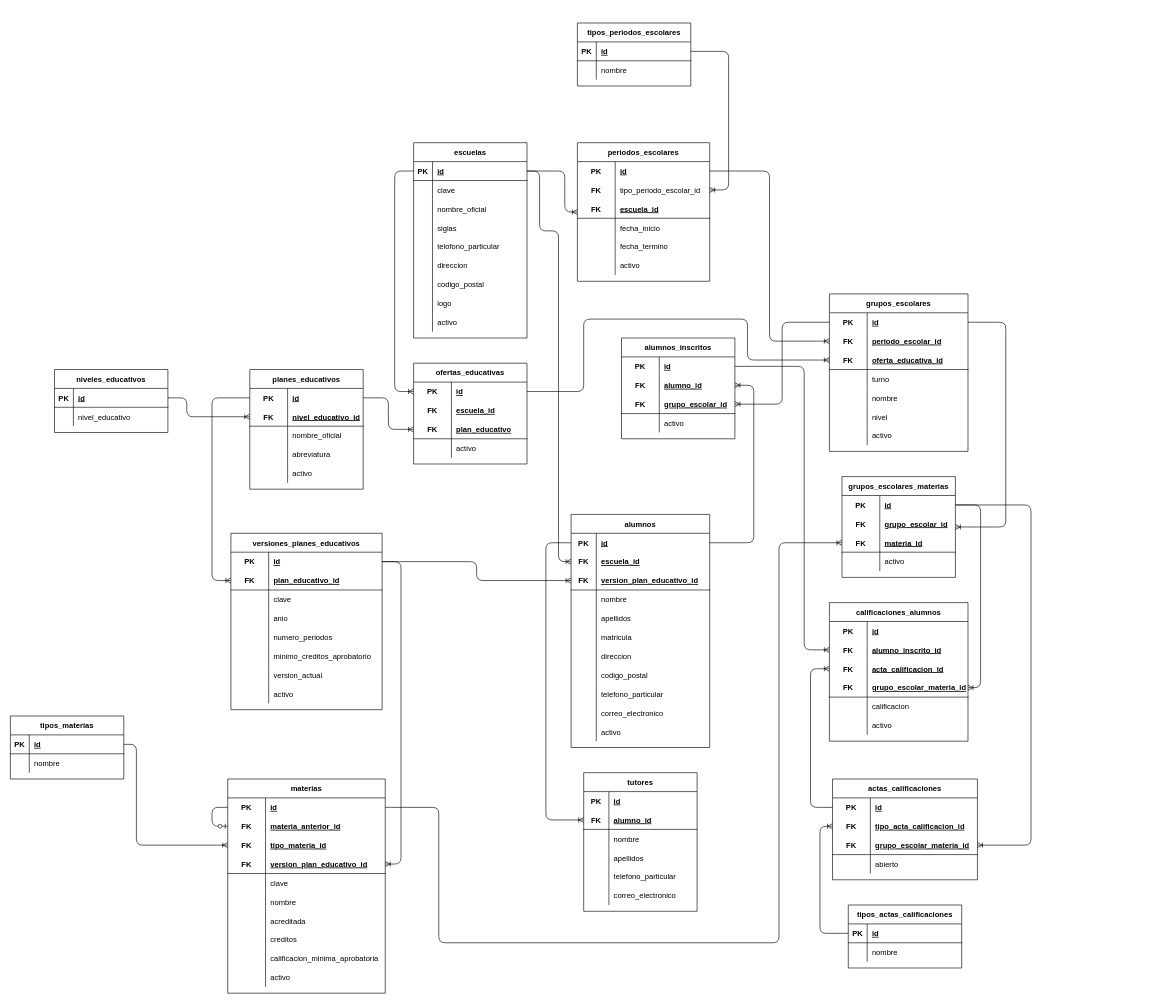
Above: diagrama.drawio in Carlos-Angel/database-escolar (draw.io), before the change. Source tidied: cells renumbered, new cells numbered last; positions are measured from the earlier drawing's top-left corner, leaving out a move shared by most shapes. Both pictures are drawn from the tidied source at 63%, with x=0, y=0 at pixel (10, 23).
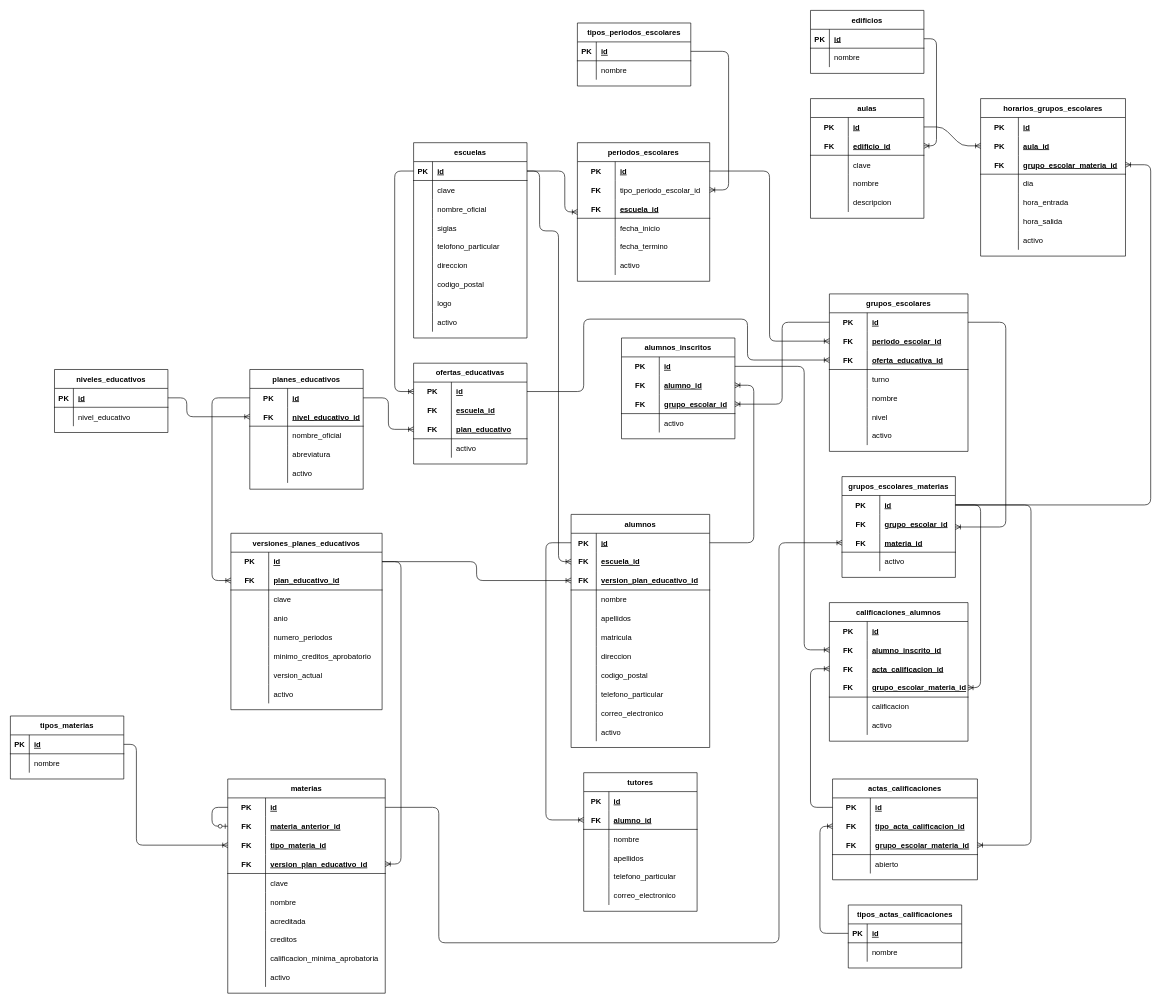
The same page after the edit.

Commit message:
feat: agregando las tablas para el horario de las materias

Unchanged cells that the change refers to:
```xml
<mxCell id="300" style="shape=partialRectangle;fillColor=none;top=0;left=0;bottom=0;right=0;points=[[0,0.5],[1,0.5]];portConstraint=eastwest;" parent="299" vertex="1">
  <mxGeometry y="30" width="180" height="30" as="geometry" />
</mxCell>
```

The edit, as a diff of the source:
```diff
@@
+    <mxCell id="318" value="edificios" style="shape=table;startSize=30;childLayout=tableLayout;rowLines=0;fontStyle=1;align=center;" parent="1" vertex="1">
+      <mxGeometry x="1270" y="-20" width="180" height="100" as="geometry" />
+    </mxCell>
+    <mxCell id="319" style="shape=partialRectangle;fillColor=none;top=0;left=0;bottom=1;right=0;points=[[0,0.5],[1,0.5]];portConstraint=eastwest;" parent="318" vertex="1">
+      <mxGeometry y="30" width="180" height="30" as="geometry" />
+    </mxCell>
+    <mxCell id="320" value="PK" style="shape=partialRectangle;fillColor=none;top=0;left=0;bottom=0;right=0;fontStyle=1;overflow=hidden;" parent="319" vertex="1">
+      <mxGeometry width="30" height="30" as="geometry" />
+    </mxCell>
+    <mxCell id="321" value="id" style="shape=partialRectangle;fillColor=none;top=0;left=0;bottom=0;right=0;align=left;spacingLeft=6;fontStyle=5;overflow=hidden;" parent="319" vertex="1">
+      <mxGeometry x="30" width="150" height="30" as="geometry" />
+    </mxCell>
+    <mxCell id="322" style="shape=partialRectangle;fillColor=none;top=0;left=0;bottom=0;right=0;" parent="318" vertex="1">
+      <mxGeometry y="60" width="180" height="30" as="geometry" />
+    </mxCell>
+    <mxCell id="323" style="shape=partialRectangle;fillColor=none;top=0;left=0;bottom=0;right=0;overflow=hidden;" parent="322" vertex="1">
+      <mxGeometry width="30" height="30" as="geometry" />
+    </mxCell>
+    <mxCell id="324" value="nombre" style="shape=partialRectangle;fillColor=none;top=0;left=0;bottom=0;right=0;align=left;spacingLeft=6;overflow=hidden;" parent="322" vertex="1">
+      <mxGeometry x="30" width="150" height="30" as="geometry" />
+    </mxCell>
+    <mxCell id="325" value="aulas" style="shape=table;startSize=30;childLayout=tableLayout;rowLines=0;fontStyle=1;align=center;" parent="1" vertex="1">
+      <mxGeometry x="1270" y="120" width="180" height="190" as="geometry" />
+    </mxCell>
+    <mxCell id="326" style="shape=partialRectangle;fillColor=none;top=0;left=0;bottom=0;right=0;points=[[0,0.5],[1,0.5]];portConstraint=eastwest;" parent="325" vertex="1">
+      <mxGeometry y="30" width="180" height="30" as="geometry" />
+    </mxCell>
+    <mxCell id="327" value="PK" style="shape=partialRectangle;fillColor=none;top=0;left=0;bottom=0;right=0;fontStyle=1;overflow=hidden;" parent="326" vertex="1">
+      <mxGeometry width="60" height="30" as="geometry" />
+    </mxCell>
+    <mxCell id="328" value="id" style="shape=partialRectangle;fillColor=none;top=0;left=0;bottom=0;right=0;align=left;spacingLeft=6;fontStyle=5;overflow=hidden;" parent="326" vertex="1">
+      <mxGeometry x="60" width="120" height="30" as="geometry" />
+    </mxCell>
+    <mxCell id="329" style="shape=partialRectangle;fillColor=none;top=0;left=0;bottom=1;right=0;points=[[0,0.5],[1,0.5]];portConstraint=eastwest;" parent="325" vertex="1">
+      <mxGeometry y="60" width="180" height="30" as="geometry" />
+    </mxCell>
+    <mxCell id="330" value="FK" style="shape=partialRectangle;fillColor=none;top=0;left=0;bottom=0;right=0;fontStyle=1;overflow=hidden;" parent="329" vertex="1">
+      <mxGeometry width="60" height="30" as="geometry" />
+    </mxCell>
+    <mxCell id="331" value="edificio_id" style="shape=partialRectangle;fillColor=none;top=0;left=0;bottom=0;right=0;align=left;spacingLeft=6;fontStyle=5;overflow=hidden;" parent="329" vertex="1">
+      <mxGeometry x="60" width="120" height="30" as="geometry" />
+    </mxCell>
+    <mxCell id="332" style="shape=partialRectangle;fillColor=none;top=0;left=0;bottom=0;right=0;" parent="325" vertex="1">
+      <mxGeometry y="90" width="180" height="30" as="geometry" />
+    </mxCell>
+    <mxCell id="333" style="shape=partialRectangle;fillColor=none;top=0;left=0;bottom=0;right=0;overflow=hidden;" parent="332" vertex="1">
+      <mxGeometry width="60" height="30" as="geometry" />
+    </mxCell>
+    <mxCell id="334" value="clave" style="shape=partialRectangle;fillColor=none;top=0;left=0;bottom=0;right=0;align=left;spacingLeft=6;overflow=hidden;" parent="332" vertex="1">
+      <mxGeometry x="60" width="120" height="30" as="geometry" />
+    </mxCell>
+    <mxCell id="335" style="shape=partialRectangle;fillColor=none;top=0;left=0;bottom=0;right=0;" parent="325" vertex="1">
+      <mxGeometry y="120" width="180" height="30" as="geometry" />
+    </mxCell>
+    <mxCell id="336" style="shape=partialRectangle;fillColor=none;top=0;left=0;bottom=0;right=0;overflow=hidden;" parent="335" vertex="1">
+      <mxGeometry width="60" height="30" as="geometry" />
+    </mxCell>
+    <mxCell id="337" value="nombre" style="shape=partialRectangle;fillColor=none;top=0;left=0;bottom=0;right=0;align=left;spacingLeft=6;overflow=hidden;" parent="335" vertex="1">
+      <mxGeometry x="60" width="120" height="30" as="geometry" />
+    </mxCell>
+    <mxCell id="338" style="shape=partialRectangle;fillColor=none;top=0;left=0;bottom=0;right=0;" parent="325" vertex="1">
+      <mxGeometry y="150" width="180" height="30" as="geometry" />
+    </mxCell>
+    <mxCell id="339" style="shape=partialRectangle;fillColor=none;top=0;left=0;bottom=0;right=0;overflow=hidden;" parent="338" vertex="1">
+      <mxGeometry width="60" height="30" as="geometry" />
+    </mxCell>
+    <mxCell id="340" value="descripcion" style="shape=partialRectangle;fillColor=none;top=0;left=0;bottom=0;right=0;align=left;spacingLeft=6;overflow=hidden;" parent="338" vertex="1">
+      <mxGeometry x="60" width="120" height="30" as="geometry" />
+    </mxCell>
+    <mxCell id="341" value="horarios_grupos_escolares" style="shape=table;startSize=30;childLayout=tableLayout;rowLines=0;fontStyle=1;align=center;" parent="1" vertex="1">
+      <mxGeometry x="1540" y="120" width="230" height="250" as="geometry" />
+    </mxCell>
+    <mxCell id="342" style="shape=partialRectangle;fillColor=none;top=0;left=0;bottom=0;right=0;" parent="341" vertex="1">
+      <mxGeometry y="30" width="230" height="30" as="geometry" />
+    </mxCell>
+    <mxCell id="343" value="PK" style="shape=partialRectangle;fillColor=none;top=0;left=0;bottom=0;right=0;fontStyle=1;overflow=hidden;" parent="342" vertex="1">
+      <mxGeometry width="60" height="30" as="geometry" />
+    </mxCell>
+    <mxCell id="344" value="id" style="shape=partialRectangle;fillColor=none;top=0;left=0;bottom=0;right=0;align=left;spacingLeft=6;fontStyle=5;overflow=hidden;" parent="342" vertex="1">
+      <mxGeometry x="60" width="170" height="30" as="geometry" />
+    </mxCell>
+    <mxCell id="345" style="shape=partialRectangle;fillColor=none;top=0;left=0;bottom=0;right=0;points=[[0,0.5],[1,0.5]];portConstraint=eastwest;" parent="341" vertex="1">
+      <mxGeometry y="60" width="230" height="30" as="geometry" />
+    </mxCell>
+    <mxCell id="346" value="PK" style="shape=partialRectangle;fillColor=none;top=0;left=0;bottom=0;right=0;fontStyle=1;overflow=hidden;" parent="345" vertex="1">
+      <mxGeometry width="60" height="30" as="geometry" />
+    </mxCell>
+    <mxCell id="347" value="aula_id" style="shape=partialRectangle;fillColor=none;top=0;left=0;bottom=0;right=0;align=left;spacingLeft=6;fontStyle=5;overflow=hidden;" parent="345" vertex="1">
+      <mxGeometry x="60" width="170" height="30" as="geometry" />
+    </mxCell>
+    <mxCell id="348" style="shape=partialRectangle;fillColor=none;top=0;left=0;bottom=1;right=0;points=[[0,0.5],[1,0.5]];portConstraint=eastwest;" parent="341" vertex="1">
+      <mxGeometry y="90" width="230" height="30" as="geometry" />
+    </mxCell>
+    <mxCell id="349" value="FK" style="shape=partialRectangle;fillColor=none;top=0;left=0;bottom=0;right=0;fontStyle=1;overflow=hidden;" parent="348" vertex="1">
+      <mxGeometry width="60" height="30" as="geometry" />
+    </mxCell>
+    <mxCell id="350" value="grupo_escolar_materia_id" style="shape=partialRectangle;fillColor=none;top=0;left=0;bottom=0;right=0;align=left;spacingLeft=6;fontStyle=5;overflow=hidden;" parent="348" vertex="1">
+      <mxGeometry x="60" width="170" height="30" as="geometry" />
+    </mxCell>
+    <mxCell id="351" style="shape=partialRectangle;fillColor=none;top=0;left=0;bottom=0;right=0;" parent="341" vertex="1">
+      <mxGeometry y="120" width="230" height="30" as="geometry" />
+    </mxCell>
+    <mxCell id="352" style="shape=partialRectangle;fillColor=none;top=0;left=0;bottom=0;right=0;overflow=hidden;" parent="351" vertex="1">
+      <mxGeometry width="60" height="30" as="geometry" />
+    </mxCell>
+    <mxCell id="353" value="dia" style="shape=partialRectangle;fillColor=none;top=0;left=0;bottom=0;right=0;align=left;spacingLeft=6;overflow=hidden;" parent="351" vertex="1">
+      <mxGeometry x="60" width="170" height="30" as="geometry" />
+    </mxCell>
+    <mxCell id="354" style="shape=partialRectangle;fillColor=none;top=0;left=0;bottom=0;right=0;" parent="341" vertex="1">
+      <mxGeometry y="150" width="230" height="30" as="geometry" />
+    </mxCell>
+    <mxCell id="355" style="shape=partialRectangle;fillColor=none;top=0;left=0;bottom=0;right=0;overflow=hidden;" parent="354" vertex="1">
+      <mxGeometry width="60" height="30" as="geometry" />
+    </mxCell>
+    <mxCell id="356" value="hora_entrada" style="shape=partialRectangle;fillColor=none;top=0;left=0;bottom=0;right=0;align=left;spacingLeft=6;overflow=hidden;" parent="354" vertex="1">
+      <mxGeometry x="60" width="170" height="30" as="geometry" />
+    </mxCell>
+    <mxCell id="357" style="shape=partialRectangle;fillColor=none;top=0;left=0;bottom=0;right=0;" parent="341" vertex="1">
+      <mxGeometry y="180" width="230" height="30" as="geometry" />
+    </mxCell>
+    <mxCell id="358" style="shape=partialRectangle;fillColor=none;top=0;left=0;bottom=0;right=0;overflow=hidden;" parent="357" vertex="1">
+      <mxGeometry width="60" height="30" as="geometry" />
+    </mxCell>
+    <mxCell id="359" value="hora_salida" style="shape=partialRectangle;fillColor=none;top=0;left=0;bottom=0;right=0;align=left;spacingLeft=6;overflow=hidden;" parent="357" vertex="1">
+      <mxGeometry x="60" width="170" height="30" as="geometry" />
+    </mxCell>
+    <mxCell id="360" style="shape=partialRectangle;fillColor=none;top=0;left=0;bottom=0;right=0;" parent="341" vertex="1">
+      <mxGeometry y="210" width="230" height="30" as="geometry" />
+    </mxCell>
+    <mxCell id="361" style="shape=partialRectangle;fillColor=none;top=0;left=0;bottom=0;right=0;overflow=hidden;" parent="360" vertex="1">
+      <mxGeometry width="60" height="30" as="geometry" />
+    </mxCell>
+    <mxCell id="362" value="activo" style="shape=partialRectangle;fillColor=none;top=0;left=0;bottom=0;right=0;align=left;spacingLeft=6;overflow=hidden;" parent="360" vertex="1">
+      <mxGeometry x="60" width="170" height="30" as="geometry" />
+    </mxCell>
+    <mxCell id="363" style="edgeStyle=orthogonalEdgeStyle;fontSize=12;html=1;endArrow=ERoneToMany;exitX=1;exitY=0.5;exitDx=0;exitDy=0;" parent="1" edge="1" source="319" target="329">
+      <mxGeometry relative="1" as="geometry">
+        <Array as="points">
+          <mxPoint x="1470" y="25" />
+          <mxPoint x="1470" y="195" />
+        </Array>
+      </mxGeometry>
+    </mxCell>
+    <mxCell id="364" style="edgeStyle=entityRelationEdgeStyle;fontSize=12;html=1;endArrow=ERoneToMany;exitX=1;exitY=0.5;exitDx=0;exitDy=0;entryX=0;entryY=0.5;entryDx=0;entryDy=0;" parent="1" edge="1" source="326" target="345">
+      <mxGeometry relative="1" as="geometry" />
+    </mxCell>
+    <mxCell id="365" style="edgeStyle=orthogonalEdgeStyle;fontSize=12;html=1;endArrow=ERoneToMany;exitX=1;exitY=0.5;exitDx=0;exitDy=0;entryX=1;entryY=0.5;entryDx=0;entryDy=0;" parent="1" edge="1" source="300" target="348">
+      <mxGeometry relative="1" as="geometry">
+        <Array as="points">
+          <mxPoint x="1810" y="765" />
+          <mxPoint x="1810" y="225" />
+        </Array>
+      </mxGeometry>
+    </mxCell>
```
